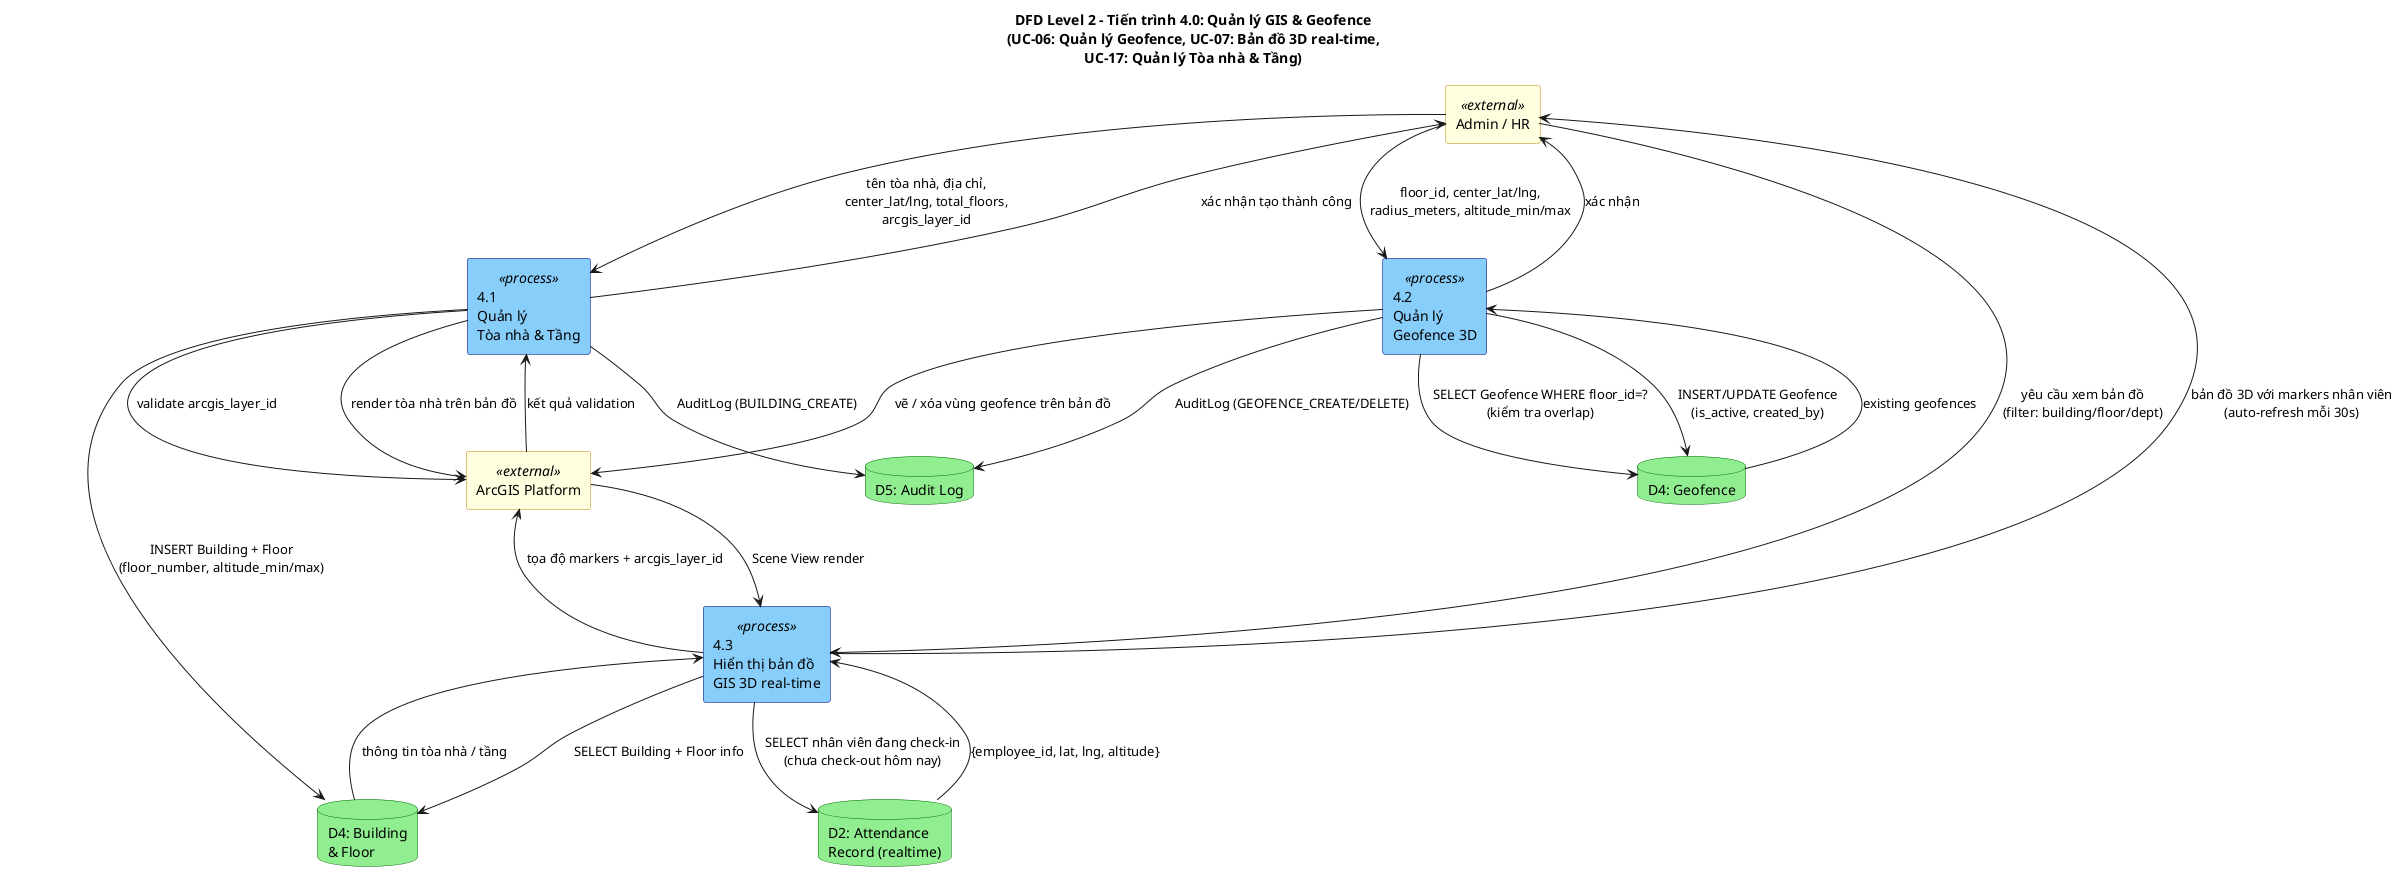
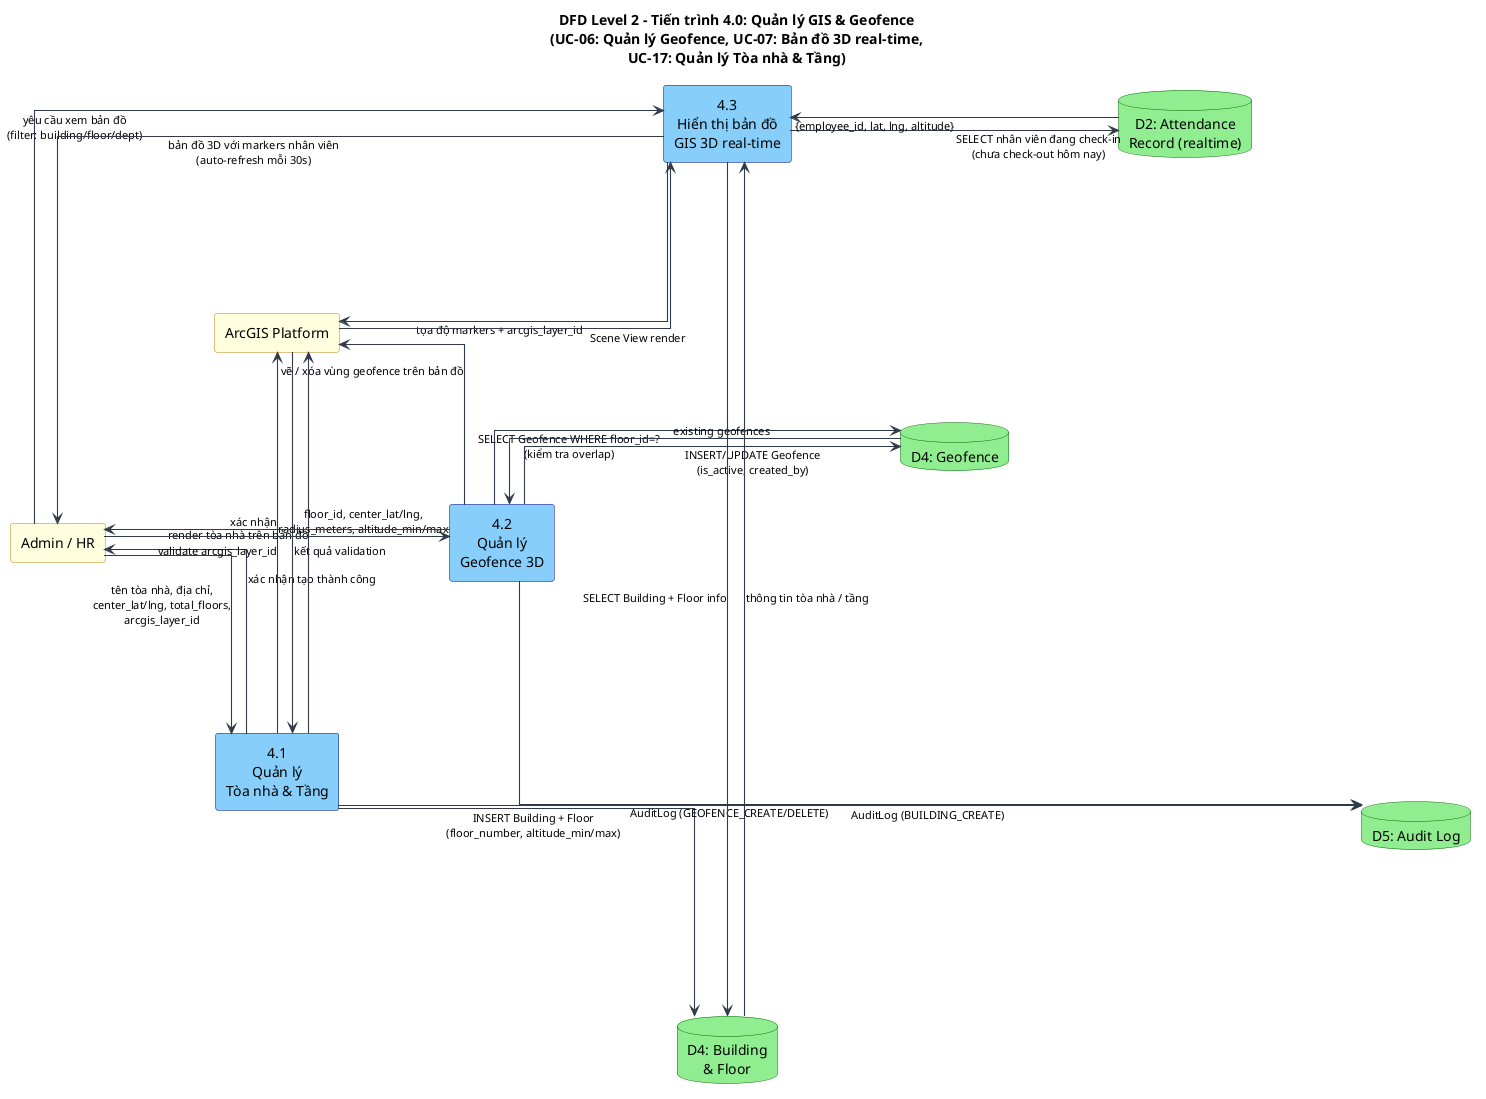
@startuml DFD_L2_GIS_Management
title DFD Level 2 – Tiến trình 4.0: Quản lý GIS & Geofence\n(UC-06: Quản lý Geofence, UC-07: Bản đồ 3D real-time,\nUC-17: Quản lý Tòa nhà & Tầng)
+ 
+ ' ===== Layout & readability =====
+ left to right direction
+ skinparam Shadowing false
+ skinparam linetype ortho
+ skinparam defaultTextAlignment center
+ skinparam ArrowColor #2F3B4A
+ skinparam ArrowThickness 1.1
+ skinparam ArrowFontSize 11
+ skinparam nodesep 95
+ skinparam ranksep 110
+ hide stereotype

skinparam rectangle {
  BackgroundColor<<external>> LightYellow
  BorderColor<<external>> DarkGoldenRod
}
skinparam rectangle {
  BackgroundColor<<process>> LightSkyBlue
  BorderColor<<process>> Navy
}
skinparam database {
  BackgroundColor LightGreen
  BorderColor DarkGreen
}

rectangle "Admin / HR" <<external>> as Admin
rectangle "ArcGIS Platform" <<external>> as ARCGIS

rectangle "4.1\nQuản lý\nTòa nhà & Tầng" <<process>> as P41
rectangle "4.2\nQuản lý\nGeofence 3D" <<process>> as P42
rectangle "4.3\nHiển thị bản đồ\nGIS 3D real-time" <<process>> as P43

database "D4: Building\n& Floor" as D4B
database "D4: Geofence" as D4G
database "D2: Attendance\nRecord (realtime)" as D2
database "D5: Audit Log" as D5

+ ' ===== Position anchors (for cleaner layout) =====
+ Admin -[hidden]down-> ARCGIS
+ 
+ P41 -[hidden]down-> P42
+ P42 -[hidden]down-> P43
+ 
+ Admin -[hidden]right-> P41
+ ARCGIS -[hidden]right-> P42
+ 
+ P41 -[hidden]right-> D4B
+ P42 -[hidden]right-> D4G
+ P43 -[hidden]right-> D2
+ P42 -[hidden]right-> D5
+ 
+ D4B -[hidden]down-> D4G
+ D4G -[hidden]down-> D2
+ D2 -[hidden]down-> D5
+ 
' UC-17: Building & Floor
- Admin --> P41 : tên tòa nhà, địa chỉ,\ncenter_lat/lng, total_floors,\narcgis_layer_id
- P41 --> ARCGIS : validate arcgis_layer_id
- ARCGIS --> P41 : kết quả validation
- P41 --> D4B : INSERT Building + Floor\n(floor_number, altitude_min/max)
- P41 --> D5 : AuditLog (BUILDING_CREATE)
- P41 --> Admin : xác nhận tạo thành công
- P41 --> ARCGIS : render tòa nhà trên bản đồ
+ Admin -right-> P41 : tên tòa nhà, địa chỉ,\ncenter_lat/lng, total_floors,\narcgis_layer_id
+ P41 -left-> ARCGIS : validate arcgis_layer_id
+ ARCGIS -right-> P41 : kết quả validation
+ P41 -right-> D4B : INSERT Building + Floor\n(floor_number, altitude_min/max)
+ P41 -right-> D5 : AuditLog (BUILDING_CREATE)
+ P41 -left-> Admin : xác nhận tạo thành công
+ P41 -left-> ARCGIS : render tòa nhà trên bản đồ

' UC-06: Geofence
- Admin --> P42 : floor_id, center_lat/lng,\nradius_meters, altitude_min/max
- P42 --> D4G : SELECT Geofence WHERE floor_id=?\n(kiểm tra overlap)
- D4G --> P42 : existing geofences
- P42 --> D4G : INSERT/UPDATE Geofence\n(is_active, created_by)
- P42 --> D5 : AuditLog (GEOFENCE_CREATE/DELETE)
- P42 --> ARCGIS : vẽ / xóa vùng geofence trên bản đồ
- P42 --> Admin : xác nhận
+ Admin -right-> P42 : floor_id, center_lat/lng,\nradius_meters, altitude_min/max
+ P42 -right-> D4G : SELECT Geofence WHERE floor_id=?\n(kiểm tra overlap)
+ D4G -left-> P42 : existing geofences
+ P42 -right-> D4G : INSERT/UPDATE Geofence\n(is_active, created_by)
+ P42 -right-> D5 : AuditLog (GEOFENCE_CREATE/DELETE)
+ P42 -left-> ARCGIS : vẽ / xóa vùng geofence trên bản đồ
+ P42 -left-> Admin : xác nhận

' UC-07: Real-time map
- Admin --> P43 : yêu cầu xem bản đồ\n(filter: building/floor/dept)
- P43 --> D2 : SELECT nhân viên đang check-in\n(chưa check-out hôm nay)
- D2 --> P43 : {employee_id, lat, lng, altitude}
- P43 --> D4B : SELECT Building + Floor info
- D4B --> P43 : thông tin tòa nhà / tầng
- P43 --> ARCGIS : tọa độ markers + arcgis_layer_id
- ARCGIS --> P43 : Scene View render
- P43 --> Admin : bản đồ 3D với markers nhân viên\n(auto-refresh mỗi 30s)
+ Admin -right-> P43 : yêu cầu xem bản đồ\n(filter: building/floor/dept)
+ P43 -right-> D2 : SELECT nhân viên đang check-in\n(chưa check-out hôm nay)
+ D2 -left-> P43 : {employee_id, lat, lng, altitude}
+ P43 -right-> D4B : SELECT Building + Floor info
+ D4B -left-> P43 : thông tin tòa nhà / tầng
+ P43 -left-> ARCGIS : tọa độ markers + arcgis_layer_id
+ ARCGIS -right-> P43 : Scene View render
+ P43 -left-> Admin : bản đồ 3D với markers nhân viên\n(auto-refresh mỗi 30s)

@enduml
